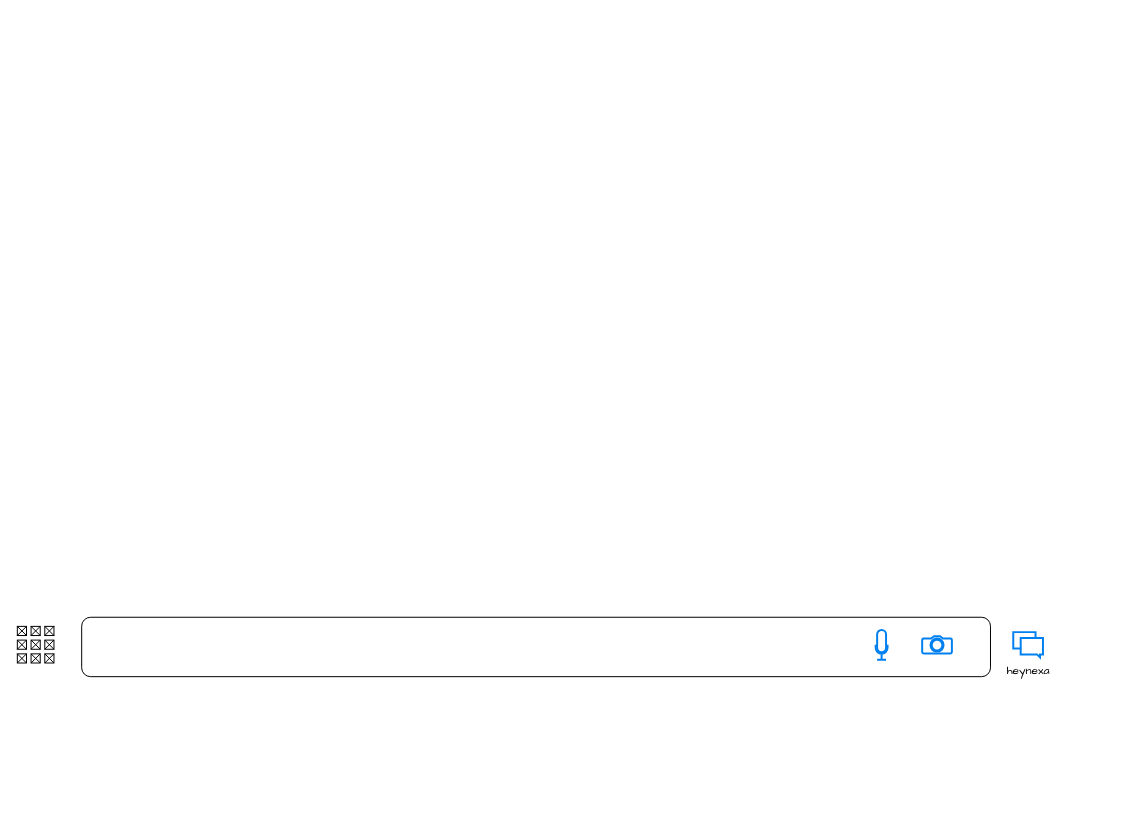
Above: page "mockups" (2 of 2) of docs/aiagents.drawio in nepagroup/agents (draw.io), before the change. Source tidied: cells renumbered, new cells numbered last; positions are measured from the earlier drawing's top-left corner, leaving out a move shared by most shapes. Both pictures are drawn from the tidied source at 99%, with x=0, y=0 at pixel (17, 617).
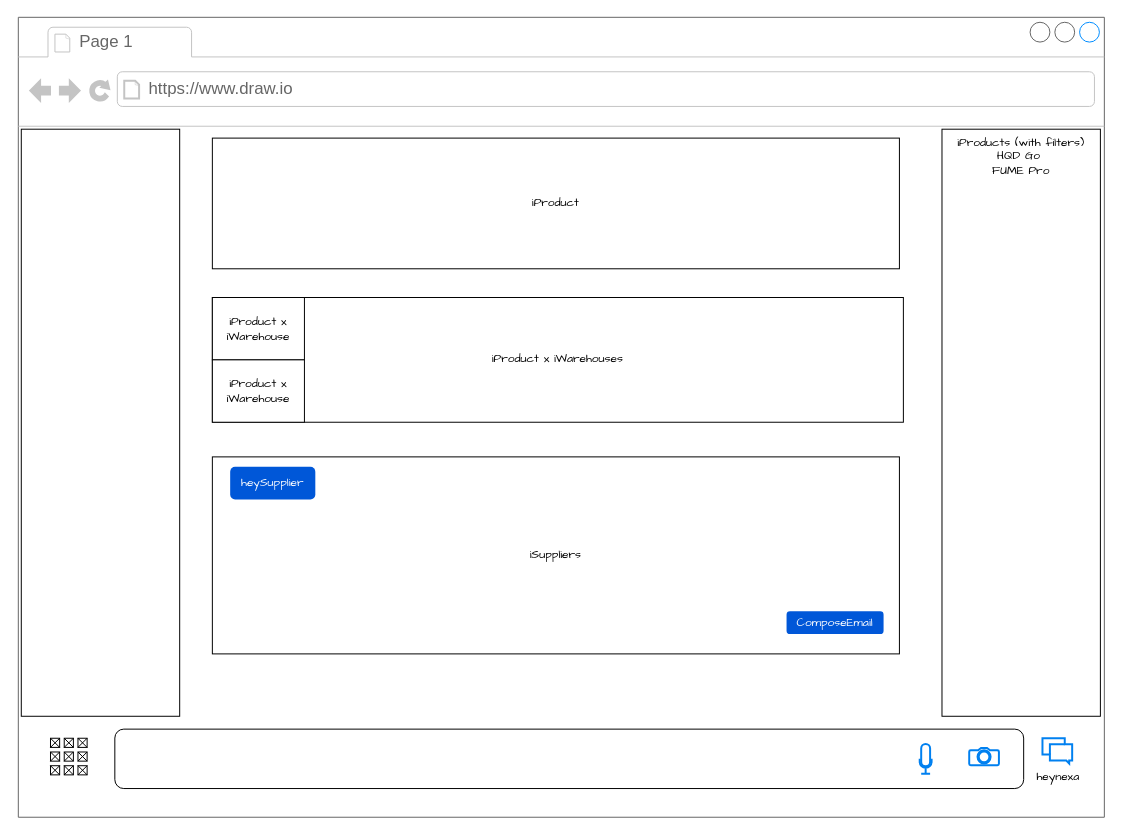
The same page after the edit.

Diff of the diagram source:
```diff
@@
 <mxGraphModel>
   <root>
     <mxCell id="0" />
     <mxCell id="1" parent="0" />
+    <mxCell id="7" style="strokeWidth=1;shadow=0;dashed=0;align=center;html=1;shape=mxgraph.mockup.containers.browserWindow;rSize=0;strokeColor=#666666;strokeColor2=#008cff;strokeColor3=#c4c4c4;mainText=,;verticalAlign=top;" parent="1" vertex="1">
+      <mxGeometry x="1" y="-606" width="1097" height="808" as="geometry" />
+    </mxCell>
+    <mxCell id="8" value="Page 1" style="strokeWidth=1;shadow=0;dashed=0;align=center;html=1;shape=mxgraph.mockup.containers.anchor;fontSize=17;fontColor=#666666;align=left;whiteSpace=wrap;" parent="7" vertex="1">
+      <mxGeometry x="60" y="12" width="110" height="26" as="geometry" />
+    </mxCell>
+    <mxCell id="9" value="https://www.draw.io" style="strokeWidth=1;shadow=0;dashed=0;align=center;html=1;shape=mxgraph.mockup.containers.anchor;rSize=0;fontSize=17;fontColor=#666666;align=left;" parent="7" vertex="1">
+      <mxGeometry x="130" y="60" width="250" height="26" as="geometry" />
+    </mxCell>
-    <mxCell id="2" style="rounded=1;whiteSpace=wrap;html=1;fontFamily=Architects Daughter;" parent="1" vertex="1">
-      <mxGeometry x="65" width="918" height="60" as="geometry" />
+    <mxCell id="2" style="rounded=1;whiteSpace=wrap;html=1;fontFamily=Architects Daughter;" parent="7" vertex="1">
+      <mxGeometry x="97.5" y="719" width="918" height="60" as="geometry" />
     </mxCell>
-    <mxCell id="3" style="html=1;verticalLabelPosition=bottom;align=center;labelBackgroundColor=#ffffff;verticalAlign=top;strokeWidth=2;strokeColor=#0080F0;shadow=0;dashed=0;shape=mxgraph.ios7.icons.microphone;fontFamily=Architects Daughter;" parent="1" vertex="1">
-      <mxGeometry x="867" y="12.8" width="12" height="30" as="geometry" />
+    <mxCell id="3" style="html=1;verticalLabelPosition=bottom;align=center;labelBackgroundColor=#ffffff;verticalAlign=top;strokeWidth=2;strokeColor=#0080F0;shadow=0;dashed=0;shape=mxgraph.ios7.icons.microphone;fontFamily=Architects Daughter;" parent="7" vertex="1">
+      <mxGeometry x="910.5" y="734" width="12" height="30" as="geometry" />
     </mxCell>
-    <mxCell id="4" style="html=1;verticalLabelPosition=bottom;align=center;labelBackgroundColor=#ffffff;verticalAlign=top;strokeWidth=2;strokeColor=#0080F0;shadow=0;dashed=0;shape=mxgraph.ios7.icons.camera;fontFamily=Architects Daughter;" parent="1" vertex="1">
-      <mxGeometry x="914" y="19.1" width="30" height="17.4" as="geometry" />
+    <mxCell id="4" style="html=1;verticalLabelPosition=bottom;align=center;labelBackgroundColor=#ffffff;verticalAlign=top;strokeWidth=2;strokeColor=#0080F0;shadow=0;dashed=0;shape=mxgraph.ios7.icons.camera;fontFamily=Architects Daughter;" parent="7" vertex="1">
+      <mxGeometry x="960.5" y="738" width="30" height="17.4" as="geometry" />
     </mxCell>
-    <mxCell id="5" value="heynexa" style="html=1;verticalLabelPosition=bottom;align=center;labelBackgroundColor=#ffffff;verticalAlign=top;strokeWidth=2;strokeColor=#0080F0;shadow=0;dashed=0;shape=mxgraph.ios7.icons.messages;fontFamily=Architects Daughter;" parent="1" vertex="1">
-      <mxGeometry x="1006" y="15" width="30" height="25.5" as="geometry" />
+    <mxCell id="5" value="heynexa" style="html=1;verticalLabelPosition=bottom;align=center;labelBackgroundColor=#ffffff;verticalAlign=top;strokeWidth=2;strokeColor=#0080F0;shadow=0;dashed=0;shape=mxgraph.ios7.icons.messages;fontFamily=Architects Daughter;" parent="7" vertex="1">
+      <mxGeometry x="1034.5" y="728.2" width="30" height="25.5" as="geometry" />
     </mxCell>
-    <mxCell id="6" style="verticalLabelPosition=bottom;verticalAlign=top;html=1;shadow=0;dashed=0;strokeWidth=1;shape=mxgraph.ios.iIconGrid;gridSize=3,3;fontFamily=Architects Daughter;" parent="1" vertex="1">
-      <mxGeometry y="9.2" width="37" height="37" as="geometry" />
+    <mxCell id="6" style="verticalLabelPosition=bottom;verticalAlign=top;html=1;shadow=0;dashed=0;strokeWidth=1;shape=mxgraph.ios.iIconGrid;gridSize=3,3;fontFamily=Architects Daughter;" parent="7" vertex="1">
+      <mxGeometry x="32.5" y="728.2" width="37" height="37" as="geometry" />
     </mxCell>
+    <mxCell id="10" style="rounded=0;whiteSpace=wrap;html=1;fontFamily=Architects Daughter;" parent="7" vertex="1">
+      <mxGeometry x="3" y="113" width="160" height="593" as="geometry" />
+    </mxCell>
+    <mxCell id="11" value="&lt;div&gt;&lt;font style=&quot;color: light-dark(rgb(0, 0, 0), rgb(255, 102, 102));&quot;&gt;iProducts (with filters)&lt;/font&gt;&lt;/div&gt;&lt;font style=&quot;color: light-dark(rgb(0, 0, 0), rgb(255, 102, 102));&quot;&gt;HQD Go&amp;nbsp;&lt;/font&gt;&lt;div&gt;FUME Pro&lt;/div&gt;" style="rounded=0;whiteSpace=wrap;html=1;fontFamily=Architects Daughter;verticalAlign=top;" parent="7" vertex="1">
+      <mxGeometry x="933" y="113" width="160" height="593" as="geometry" />
+    </mxCell>
+    <mxCell id="12" value="iProduct" style="rounded=0;whiteSpace=wrap;html=1;fontFamily=Architects Daughter;" parent="7" vertex="1">
+      <mxGeometry x="196" y="122" width="694" height="132" as="geometry" />
+    </mxCell>
+    <mxCell id="13" value="iProduct x iWarehouses" style="rounded=0;whiteSpace=wrap;html=1;fontFamily=Architects Daughter;" parent="7" vertex="1">
+      <mxGeometry x="196" y="283" width="698" height="126" as="geometry" />
+    </mxCell>
+    <mxCell id="14" value="iSuppliers" style="rounded=0;whiteSpace=wrap;html=1;fontFamily=Architects Daughter;" parent="7" vertex="1">
+      <mxGeometry x="196" y="444" width="694" height="199" as="geometry" />
+    </mxCell>
+    <mxCell id="15" value="heySupplier" style="rounded=1;fillColor=#0057D8;strokeColor=none;html=1;whiteSpace=wrap;fontColor=#ffffff;align=center;verticalAlign=middle;fontStyle=0;fontSize=12;sketch=0;fontFamily=Architects Daughter;" parent="7" vertex="1">
+      <mxGeometry x="214" y="454" width="86" height="33" as="geometry" />
+    </mxCell>
+    <mxCell id="16" value="ComposeEmail" style="rounded=1;fillColor=#0057D8;strokeColor=none;html=1;whiteSpace=wrap;fontColor=#ffffff;align=center;verticalAlign=middle;fontStyle=0;fontSize=12;sketch=0;fontFamily=Architects Daughter;" parent="7" vertex="1">
+      <mxGeometry x="776" y="600" width="98" height="23" as="geometry" />
+    </mxCell>
+    <mxCell id="17" value="iProduct x iWarehouse" style="rounded=0;whiteSpace=wrap;html=1;fontFamily=Architects Daughter;" parent="7" vertex="1">
+      <mxGeometry x="196" y="283" width="93" height="63" as="geometry" />
+    </mxCell>
+    <mxCell id="18" value="iProduct x iWarehouse" style="rounded=0;whiteSpace=wrap;html=1;fontFamily=Architects Daughter;" parent="7" vertex="1">
+      <mxGeometry x="196" y="346" width="93" height="63" as="geometry" />
+    </mxCell>
   </root>
 </mxGraphModel>
```
